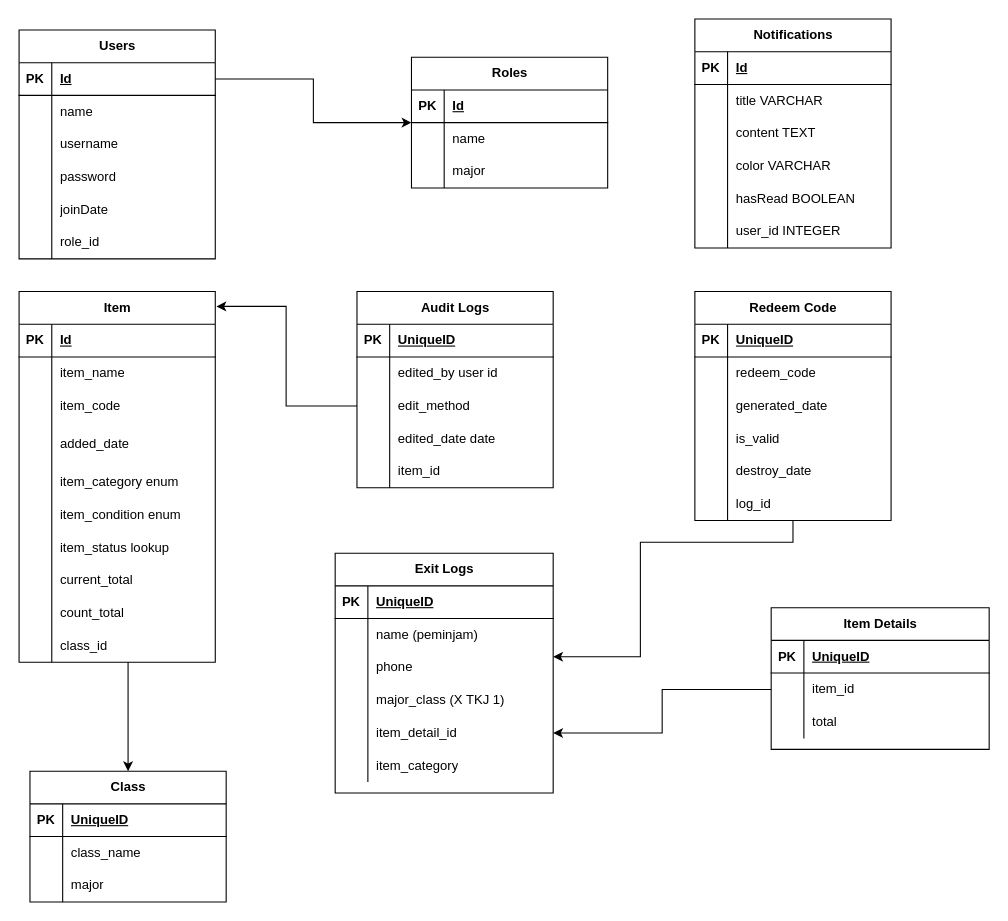
This is inventory-db.drawio from Haru-Kazumoto/inventory-app-be, a draw.io file, before an edit. Source tidied: cells renumbered, new cells numbered last; positions are measured from the earlier drawing's top-left corner, leaving out a move shared by most shapes. Both pictures are drawn from the tidied source at 109%, with x=0, y=0 at pixel (19, 19).
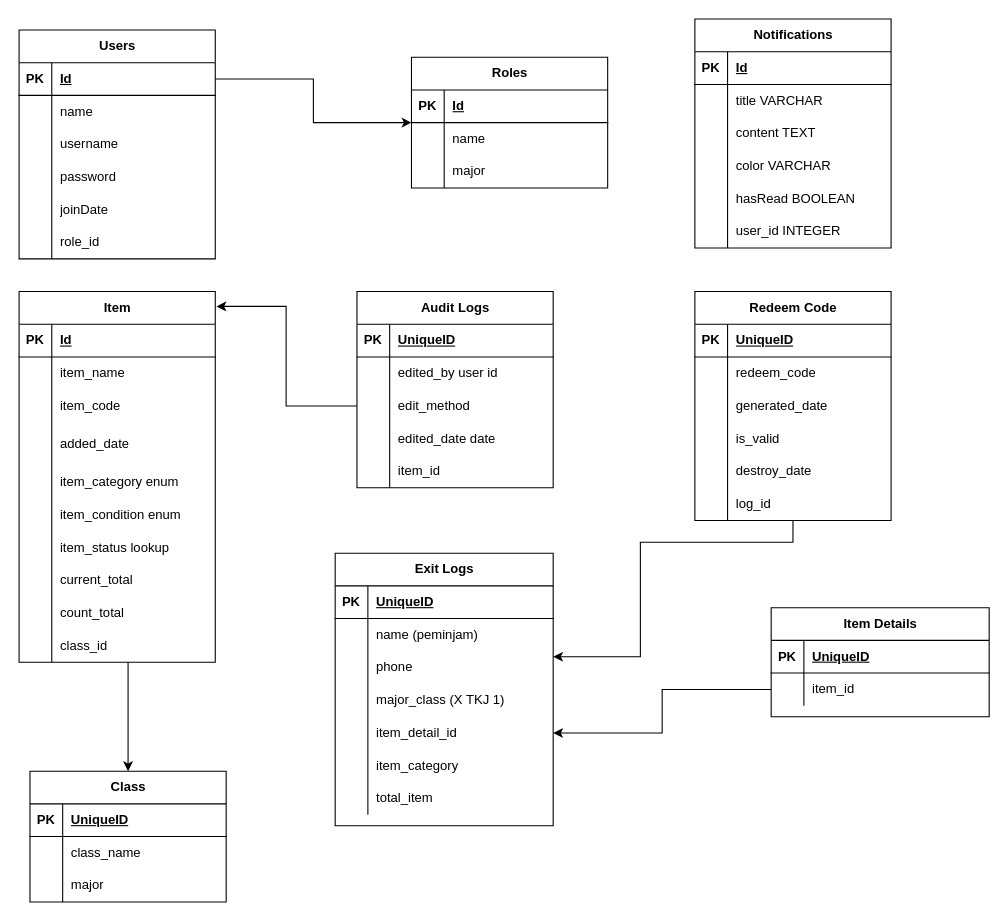
After the change.

Change to the diagram source:
```diff
@@
     <mxCell id="99" value="Exit Logs" style="shape=table;startSize=30;childLayout=tableLayout;rowLines=0;fontStyle=1;align=center;html=1;" parent="1" vertex="1">
-      <mxGeometry x="290" y="490" width="200" height="220" as="geometry" />
+      <mxGeometry x="290" y="490" width="200" height="250" as="geometry" />
     </mxCell>
@@
+    <mxCell id="160" style="shape=tableRow;horizontal=0;startSize=0;swimlaneHead=0;swimlaneBody=0;fillColor=none;top=0;left=0;right=0;bottom=0;" parent="99" vertex="1">
+      <mxGeometry y="210" width="200" height="30" as="geometry" />
+    </mxCell>
+    <mxCell id="157" style="shape=partialRectangle;fillColor=none;top=0;left=0;bottom=0;right=0;overflow=hidden;whiteSpace=wrap;html=1;" parent="160" vertex="1">
+      <mxGeometry width="30" height="30" as="geometry" />
+    </mxCell>
+    <mxCell id="161" value="total_item" style="shape=partialRectangle;fillColor=none;top=0;left=0;bottom=0;right=0;align=left;spacingLeft=6;overflow=hidden;whiteSpace=wrap;html=1;" parent="160" vertex="1">
+      <mxGeometry x="30" width="170" height="30" as="geometry" />
+    </mxCell>
@@
     <mxCell id="149" value="Item Details" style="shape=table;startSize=30;childLayout=tableLayout;rowLines=0;fontStyle=1;align=center;html=1;" parent="1" vertex="1">
-      <mxGeometry x="690" y="540" width="200" height="130" as="geometry" />
+      <mxGeometry x="690" y="540" width="200" height="100" as="geometry" />
     </mxCell>
@@
-    <mxCell id="156" style="shape=tableRow;horizontal=0;startSize=0;swimlaneHead=0;swimlaneBody=0;fillColor=none;top=0;left=0;right=0;bottom=0;" parent="149" vertex="1">
-      <mxGeometry y="90" width="200" height="30" as="geometry" />
-    </mxCell>
-    <mxCell id="157" style="shape=partialRectangle;fillColor=none;top=0;left=0;bottom=0;right=0;overflow=hidden;whiteSpace=wrap;html=1;" parent="156" vertex="1">
-      <mxGeometry width="30" height="30" as="geometry" />
-    </mxCell>
-    <mxCell id="158" value="total" style="shape=partialRectangle;fillColor=none;top=0;left=0;bottom=0;right=0;align=left;spacingLeft=6;overflow=hidden;whiteSpace=wrap;html=1;" parent="156" vertex="1">
-      <mxGeometry x="30" width="170" height="30" as="geometry" />
-    </mxCell>
```
